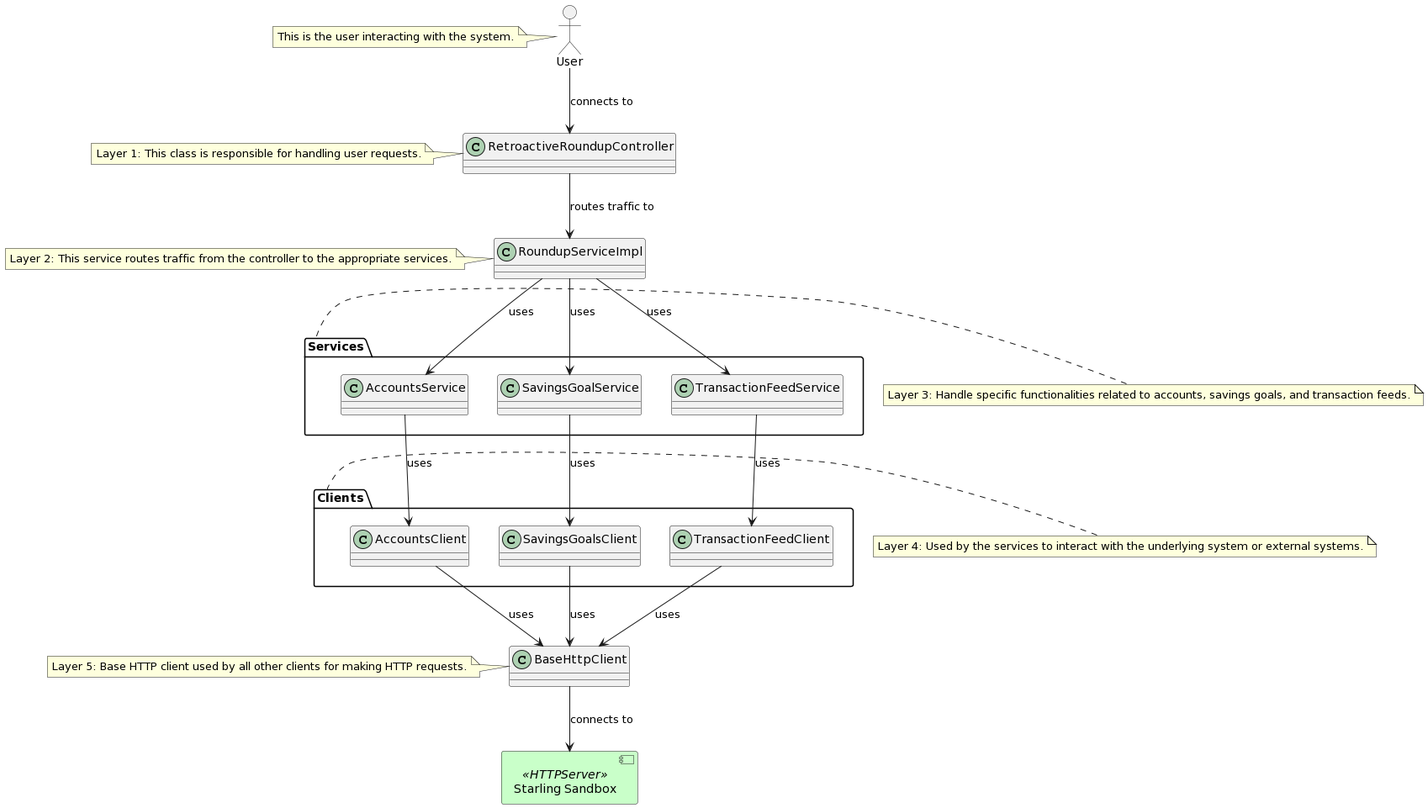
The PlantUML diagram docs/images/classdiagram.png in hughpearse/starling-interview-challenge, before a commit.
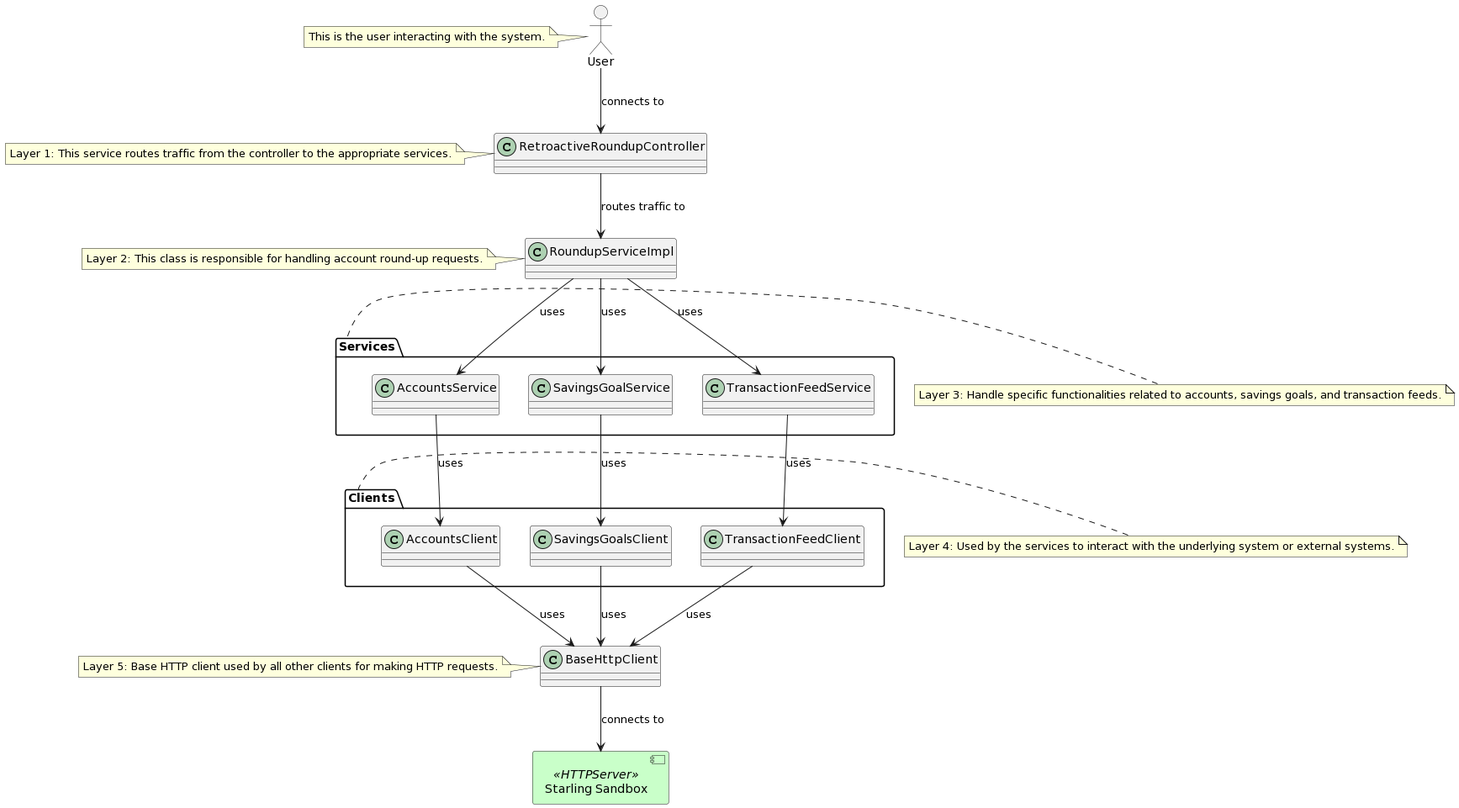
The same file after the commit.

What changed in the source:
```diff
@@ -20,8 +20,8 @@
 component "Starling Sandbox" as HTTPServer <<HTTPServer>>
 
 note left of User: This is the user interacting with the system.
-note left of RetroactiveRoundupController: Layer 1: This class is responsible for handling user requests.
-note left of RoundupServiceImpl: Layer 2: This service routes traffic from the controller to the appropriate services.
+note left of RetroactiveRoundupController: Layer 1: This service routes traffic from the controller to the appropriate services.
+note left of RoundupServiceImpl: Layer 2: This class is responsible for handling account round-up requests.
 note left of Services: Layer 3: Handle specific functionalities related to accounts, savings goals, and transaction feeds.
 note left of Clients: Layer 4: Used by the services to interact with the underlying system or external systems.
 note left of BaseHttpClient: Layer 5: Base HTTP client used by all other clients for making HTTP requests.
```
